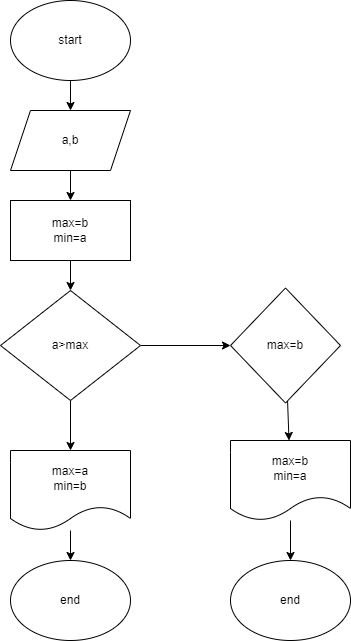
Earlier version of the draw.io export Ex003/1.drawio.png (Mari745/Qwerty1). Source tidied: cells renumbered, new cells last; positions are measured from the earlier drawing's top-left corner, leaving out a move shared by most shapes. The source it was exported from:
```xml
<mxGraphModel>
  <root>
    <mxCell id="0" />
    <mxCell id="1" parent="0" />
    <mxCell id="2" style="edgeStyle=none;html=1;" parent="1" edge="1" source="3" target="5">
      <mxGeometry relative="1" as="geometry" />
    </mxCell>
    <mxCell id="3" value="start" style="ellipse;whiteSpace=wrap;html=1;" parent="1" vertex="1">
      <mxGeometry x="10" width="120" height="80" as="geometry" />
    </mxCell>
    <mxCell id="4" style="edgeStyle=none;html=1;" parent="1" edge="1" source="5" target="7">
      <mxGeometry relative="1" as="geometry" />
    </mxCell>
    <mxCell id="5" value="a,b" style="shape=parallelogram;perimeter=parallelogramPerimeter;whiteSpace=wrap;html=1;fixedSize=1;" parent="1" vertex="1">
      <mxGeometry x="10" y="110" width="120" height="60" as="geometry" />
    </mxCell>
    <mxCell id="6" style="edgeStyle=none;html=1;" parent="1" edge="1" source="7" target="10">
      <mxGeometry relative="1" as="geometry" />
    </mxCell>
    <mxCell id="7" value="max=b&lt;br&gt;min=a" style="rounded=0;whiteSpace=wrap;html=1;" parent="1" vertex="1">
      <mxGeometry x="10" y="200" width="120" height="60" as="geometry" />
    </mxCell>
    <mxCell id="8" style="edgeStyle=none;html=1;" parent="1" edge="1" source="10">
      <mxGeometry relative="1" as="geometry">
        <mxPoint x="70" y="450" as="targetPoint" />
      </mxGeometry>
    </mxCell>
    <mxCell id="9" style="edgeStyle=none;html=1;" parent="1" edge="1" source="10" target="12">
      <mxGeometry relative="1" as="geometry" />
    </mxCell>
    <mxCell id="10" value="a&amp;gt;max" style="rhombus;whiteSpace=wrap;html=1;" parent="1" vertex="1">
      <mxGeometry y="290" width="140" height="110" as="geometry" />
    </mxCell>
    <mxCell id="11" style="edgeStyle=none;html=1;" parent="1" edge="1" source="12">
      <mxGeometry relative="1" as="geometry">
        <mxPoint x="288.5" y="440" as="targetPoint" />
      </mxGeometry>
    </mxCell>
    <mxCell id="12" value="max=b" style="rhombus;whiteSpace=wrap;html=1;" parent="1" vertex="1">
      <mxGeometry x="230" y="287.5" width="110" height="115" as="geometry" />
    </mxCell>
    <mxCell id="13" style="edgeStyle=none;html=1;" parent="1" edge="1" source="14" target="18">
      <mxGeometry relative="1" as="geometry" />
    </mxCell>
    <mxCell id="14" value="max=b&lt;br&gt;min=a" style="shape=document;whiteSpace=wrap;html=1;boundedLbl=1;" parent="1" vertex="1">
      <mxGeometry x="230" y="440" width="120" height="80" as="geometry" />
    </mxCell>
    <mxCell id="15" style="edgeStyle=none;html=1;" parent="1" edge="1" source="16" target="17">
      <mxGeometry relative="1" as="geometry" />
    </mxCell>
    <mxCell id="16" value="max=a&lt;br&gt;min=b" style="shape=document;whiteSpace=wrap;html=1;boundedLbl=1;" parent="1" vertex="1">
      <mxGeometry x="10" y="450" width="120" height="80" as="geometry" />
    </mxCell>
    <mxCell id="17" value="end" style="ellipse;whiteSpace=wrap;html=1;" parent="1" vertex="1">
      <mxGeometry x="10" y="560" width="120" height="80" as="geometry" />
    </mxCell>
    <mxCell id="18" value="end" style="ellipse;whiteSpace=wrap;html=1;" parent="1" vertex="1">
      <mxGeometry x="230" y="560" width="120" height="80" as="geometry" />
    </mxCell>
  </root>
</mxGraphModel>
```
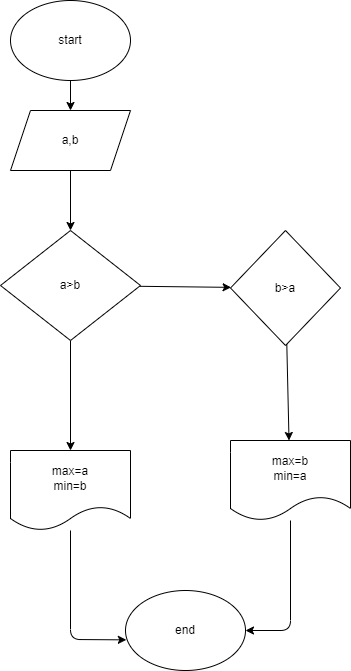
Later version of the same file.

Commit message:
Добавлена задача 1 и блок-схема к ней

Diff of the diagram source:
```diff
@@ -8,18 +8,12 @@
     <mxCell id="3" value="start" style="ellipse;whiteSpace=wrap;html=1;" parent="1" vertex="1">
       <mxGeometry x="10" width="120" height="80" as="geometry" />
     </mxCell>
-    <mxCell id="4" style="edgeStyle=none;html=1;" parent="1" edge="1" source="5" target="7">
-      <mxGeometry relative="1" as="geometry" />
-    </mxCell>
+    <mxCell id="19" style="edgeStyle=none;html=1;" parent="1" edge="1" source="5" target="10">
+      <mxGeometry relative="1" as="geometry" />
+    </mxCell>
     <mxCell id="5" value="a,b" style="shape=parallelogram;perimeter=parallelogramPerimeter;whiteSpace=wrap;html=1;fixedSize=1;" parent="1" vertex="1">
       <mxGeometry x="10" y="110" width="120" height="60" as="geometry" />
     </mxCell>
-    <mxCell id="6" style="edgeStyle=none;html=1;" parent="1" edge="1" source="7" target="10">
-      <mxGeometry relative="1" as="geometry" />
-    </mxCell>
-    <mxCell id="7" value="max=b&lt;br&gt;min=a" style="rounded=0;whiteSpace=wrap;html=1;" parent="1" vertex="1">
-      <mxGeometry x="10" y="200" width="120" height="60" as="geometry" />
-    </mxCell>
     <mxCell id="8" style="edgeStyle=none;html=1;" parent="1" edge="1" source="10">
       <mxGeometry relative="1" as="geometry">
         <mxPoint x="70" y="450" as="targetPoint" />
@@ -28,34 +22,39 @@
     <mxCell id="9" style="edgeStyle=none;html=1;" parent="1" edge="1" source="10" target="12">
       <mxGeometry relative="1" as="geometry" />
     </mxCell>
-    <mxCell id="10" value="a&amp;gt;max" style="rhombus;whiteSpace=wrap;html=1;" parent="1" vertex="1">
-      <mxGeometry y="290" width="140" height="110" as="geometry" />
+    <mxCell id="10" value="a&amp;gt;b" style="rhombus;whiteSpace=wrap;html=1;" parent="1" vertex="1">
+      <mxGeometry y="230" width="140" height="110" as="geometry" />
     </mxCell>
     <mxCell id="11" style="edgeStyle=none;html=1;" parent="1" edge="1" source="12">
       <mxGeometry relative="1" as="geometry">
         <mxPoint x="288.5" y="440" as="targetPoint" />
       </mxGeometry>
     </mxCell>
-    <mxCell id="12" value="max=b" style="rhombus;whiteSpace=wrap;html=1;" parent="1" vertex="1">
-      <mxGeometry x="230" y="287.5" width="110" height="115" as="geometry" />
+    <mxCell id="12" value="b&amp;gt;a" style="rhombus;whiteSpace=wrap;html=1;" parent="1" vertex="1">
+      <mxGeometry x="230" y="230" width="110" height="115" as="geometry" />
     </mxCell>
-    <mxCell id="13" style="edgeStyle=none;html=1;" parent="1" edge="1" source="14" target="18">
-      <mxGeometry relative="1" as="geometry" />
-    </mxCell>
+    <mxCell id="20" style="edgeStyle=none;html=1;entryX=1;entryY=0.5;entryDx=0;entryDy=0;" parent="1" edge="1" source="14" target="22">
+      <mxGeometry relative="1" as="geometry">
+        <Array as="points">
+          <mxPoint x="290" y="630" />
+        </Array>
+      </mxGeometry>
+    </mxCell>
     <mxCell id="14" value="max=b&lt;br&gt;min=a" style="shape=document;whiteSpace=wrap;html=1;boundedLbl=1;" parent="1" vertex="1">
       <mxGeometry x="230" y="440" width="120" height="80" as="geometry" />
     </mxCell>
-    <mxCell id="15" style="edgeStyle=none;html=1;" parent="1" edge="1" source="16" target="17">
-      <mxGeometry relative="1" as="geometry" />
-    </mxCell>
+    <mxCell id="21" style="edgeStyle=none;html=1;entryX=0.007;entryY=0.617;entryDx=0;entryDy=0;entryPerimeter=0;" parent="1" edge="1" source="16" target="22">
+      <mxGeometry relative="1" as="geometry">
+        <Array as="points">
+          <mxPoint x="70" y="639" />
+        </Array>
+      </mxGeometry>
+    </mxCell>
     <mxCell id="16" value="max=a&lt;br&gt;min=b" style="shape=document;whiteSpace=wrap;html=1;boundedLbl=1;" parent="1" vertex="1">
       <mxGeometry x="10" y="450" width="120" height="80" as="geometry" />
     </mxCell>
-    <mxCell id="17" value="end" style="ellipse;whiteSpace=wrap;html=1;" parent="1" vertex="1">
-      <mxGeometry x="10" y="560" width="120" height="80" as="geometry" />
-    </mxCell>
-    <mxCell id="18" value="end" style="ellipse;whiteSpace=wrap;html=1;" parent="1" vertex="1">
-      <mxGeometry x="230" y="560" width="120" height="80" as="geometry" />
-    </mxCell>
+    <mxCell id="22" value="end" style="ellipse;whiteSpace=wrap;html=1;" parent="1" vertex="1">
+      <mxGeometry x="125" y="590" width="120" height="80" as="geometry" />
+    </mxCell>
   </root>
 </mxGraphModel>
```
